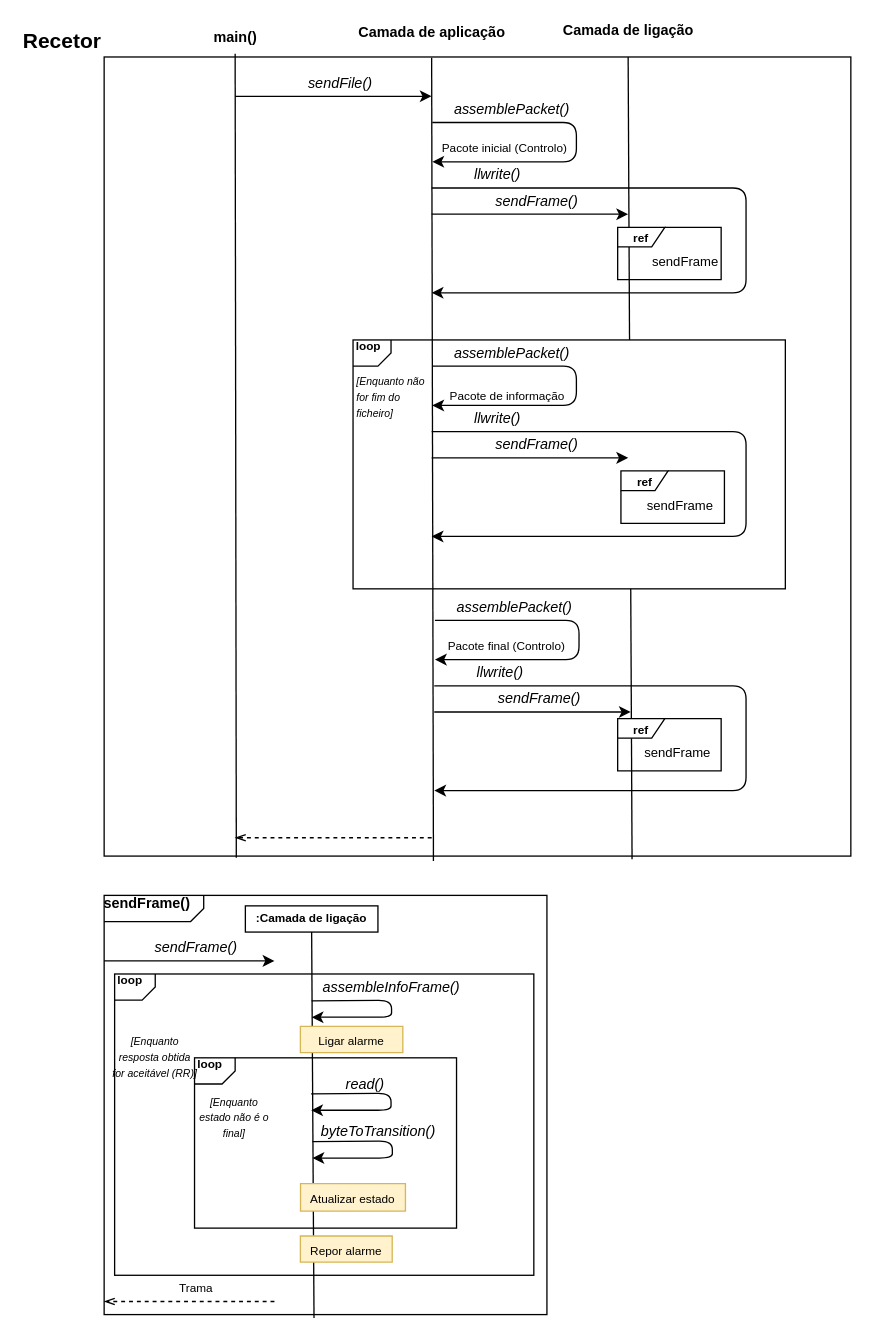
The draw.io diagram Proj/report/images/transmitter.drawio in JoaoCostaIFG/RCOM, before the edit. Source tidied: cells renumbered, new cells numbered last; positions are measured from the earlier drawing's top-left corner, leaving out a move shared by most shapes. Both pictures are drawn from the tidied source at 131%, with x=0, y=0 at pixel (103, 54).
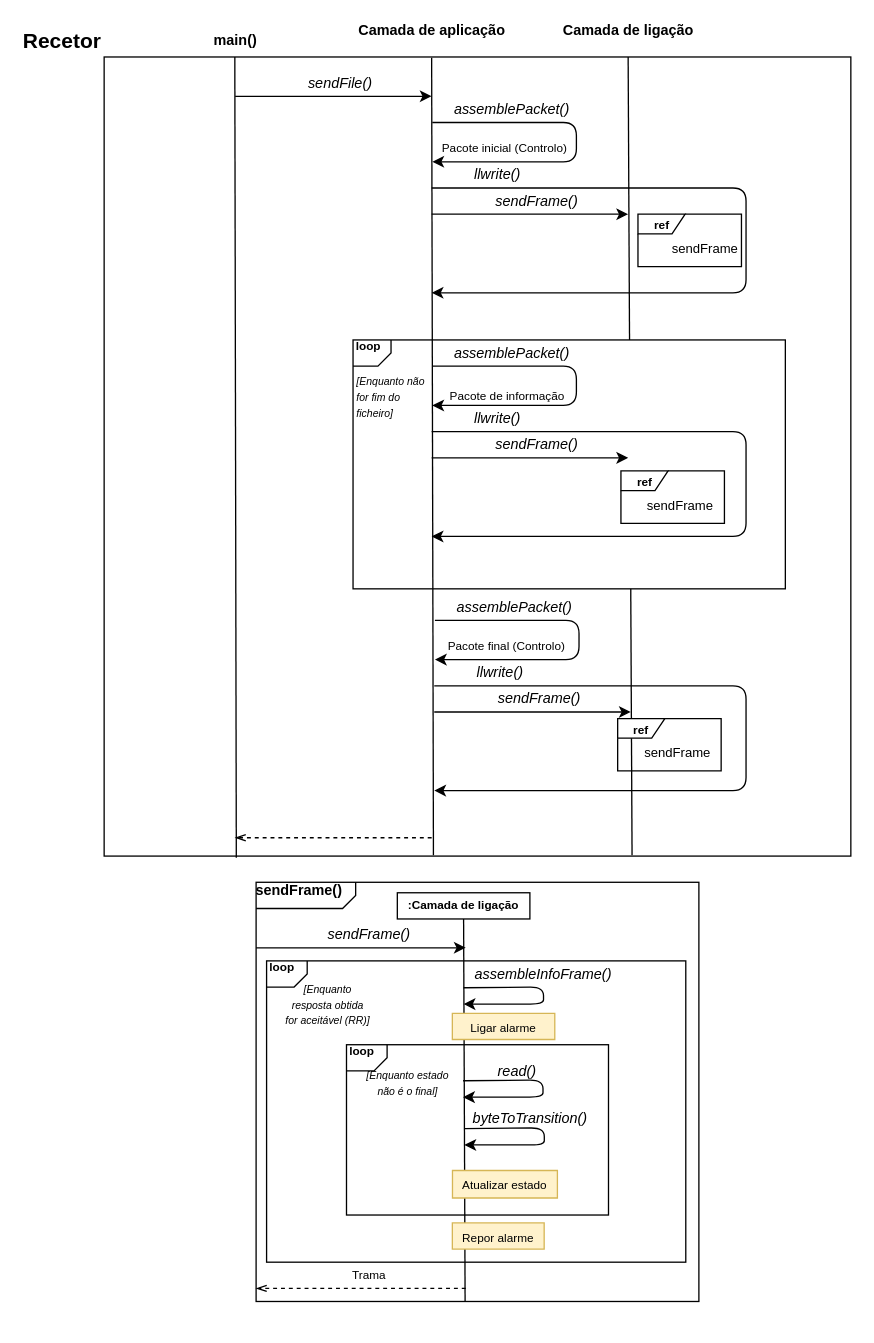
After the change.

Commit message (it also covers changes not shown here):
drawio diagrams and text

Unchanged cells that the change refers to:
```xml
<mxCell id="4" value="Recetor" style="rounded=0;whiteSpace=wrap;html=1;labelPosition=left;verticalLabelPosition=top;align=right;verticalAlign=bottom;fontStyle=1;fontSize=16;" parent="1" vertex="1">
  <mxGeometry y="2" width="570" height="610" as="geometry" />
</mxCell>
```

The edit, as a diff of the source:
```diff
@@
     <mxCell id="2" value="&lt;b&gt;sendFrame()&lt;/b&gt;" style="html=1;shape=mxgraph.sysml.package;overflow=fill;labelX=76.28;align=left;spacingLeft=5;verticalAlign=top;spacingTop=-3;fontSize=11;" parent="1" vertex="1">
-      <mxGeometry y="642" width="338" height="320" as="geometry" />
+      <mxGeometry x="116" y="632" width="338" height="320" as="geometry" />
     </mxCell>
     <mxCell id="3" value="&amp;nbsp;&lt;b&gt;loop&lt;/b&gt;" style="html=1;shape=mxgraph.sysml.package;overflow=fill;labelX=31.38;align=left;spacingLeft=5;verticalAlign=top;spacingTop=-3;fontSize=9;" parent="1" vertex="1">
-      <mxGeometry x="8" y="702" width="320" height="230" as="geometry" />
+      <mxGeometry x="124" y="692" width="320" height="230" as="geometry" />
     </mxCell>
@@
-    <mxCell id="5" value="Camada de ligação" style="endArrow=none;html=1;exitX=0.707;exitY=1.004;exitDx=0;exitDy=0;exitPerimeter=0;entryX=0.631;entryY=0;entryDx=0;entryDy=0;entryPerimeter=0;labelPosition=center;verticalLabelPosition=top;align=center;verticalAlign=bottom;fontStyle=1;" parent="1" edge="1" source="4">
+    <mxCell id="5" value="Camada de ligação" style="endArrow=none;html=1;exitX=0.707;exitY=0.999;exitDx=0;exitDy=0;exitPerimeter=0;entryX=0.631;entryY=0;entryDx=0;entryDy=0;entryPerimeter=0;labelPosition=center;verticalLabelPosition=top;align=center;verticalAlign=bottom;fontStyle=1;" parent="1" edge="1" source="4">
       <mxGeometry x="1" y="-11" relative="1" as="geometry">
         <mxPoint x="400" y="2" as="targetPoint" />
         <mxPoint x="-11" y="-11" as="offset" />
       </mxGeometry>
     </mxCell>
-    <mxCell id="6" value="&lt;div&gt;main()&lt;/div&gt;&lt;div&gt;&lt;br&gt;&lt;/div&gt;" style="endArrow=none;html=1;exitX=0.177;exitY=1.002;exitDx=0;exitDy=0;exitPerimeter=0;entryX=0.631;entryY=0;entryDx=0;entryDy=0;entryPerimeter=0;labelPosition=center;verticalLabelPosition=top;align=center;verticalAlign=bottom;fontStyle=1;labelBackgroundColor=none;" parent="1" edge="1" source="4">
-      <mxGeometry x="0.97" relative="1" as="geometry">
-        <mxPoint x="100" y="-0.4" as="targetPoint" />
-      </mxGeometry>
+    <mxCell id="6" value="&lt;div&gt;main()&lt;/div&gt;&lt;div&gt;&lt;br&gt;&lt;/div&gt;" style="endArrow=none;html=1;exitX=0.177;exitY=1.002;exitDx=0;exitDy=0;exitPerimeter=0;entryX=0.175;entryY=0;entryDx=0;entryDy=0;entryPerimeter=0;labelPosition=center;verticalLabelPosition=top;align=center;verticalAlign=bottom;fontStyle=1;labelBackgroundColor=none;" parent="1" edge="1" source="4" target="4">
+      <mxGeometry x="0.97" relative="1" as="geometry" />
     </mxCell>
@@
-    <mxCell id="11" value="Camada de aplicação" style="endArrow=none;html=1;exitX=0.441;exitY=1.006;exitDx=0;exitDy=0;exitPerimeter=0;entryX=0.631;entryY=0;entryDx=0;entryDy=0;entryPerimeter=0;labelPosition=center;verticalLabelPosition=top;align=center;verticalAlign=bottom;fontStyle=1;" parent="1" edge="1" source="4">
+    <mxCell id="11" value="Camada de aplicação" style="endArrow=none;html=1;exitX=0.441;exitY=0.999;exitDx=0;exitDy=0;exitPerimeter=0;entryX=0.631;entryY=0;entryDx=0;entryDy=0;entryPerimeter=0;labelPosition=center;verticalLabelPosition=top;align=center;verticalAlign=bottom;fontStyle=1;" parent="1" edge="1" source="4">
       <mxGeometry x="1" y="-11" relative="1" as="geometry">
         <mxPoint x="250" y="2.6" as="targetPoint" />
         <mxPoint x="-11" y="-11" as="offset" />
       </mxGeometry>
     </mxCell>
@@
     <mxCell id="13" value="Trama" style="endArrow=openThin;html=1;dashed=1;endFill=0;verticalAlign=middle;fontSize=9;" parent="1" edge="1">
       <mxGeometry x="-0.07" y="-10" relative="1" as="geometry">
-        <mxPoint x="130" y="952" as="sourcePoint" />
-        <mxPoint y="952" as="targetPoint" />
+        <mxPoint x="276" y="942" as="sourcePoint" />
+        <mxPoint x="116" y="942" as="targetPoint" />
       </mxGeometry>
     </mxCell>
     <mxCell id="14" value="&lt;b&gt;:Camada de ligação&lt;br&gt;&lt;/b&gt;" style="rounded=0;whiteSpace=wrap;html=1;fontSize=9;" parent="1" vertex="1">
-      <mxGeometry x="107.8" y="650" width="101.2" height="20" as="geometry" />
+      <mxGeometry x="223.8" y="640" width="101.2" height="20" as="geometry" />
     </mxCell>
     <mxCell id="15" value="&amp;nbsp;&lt;b&gt;loop&lt;/b&gt;" style="html=1;shape=mxgraph.sysml.package;overflow=fill;labelX=31.38;align=left;spacingLeft=5;verticalAlign=top;spacingTop=-3;fontSize=9;" parent="1" vertex="1">
-      <mxGeometry x="69" y="766" width="200" height="130" as="geometry" />
+      <mxGeometry x="185" y="756" width="200" height="130" as="geometry" />
     </mxCell>
@@
     <mxCell id="17" value="sendFrame()" style="endArrow=classic;html=1;fontStyle=2;" parent="1" edge="1">
       <mxGeometry x="0.07" y="10" relative="1" as="geometry">
-        <mxPoint y="692" as="sourcePoint" />
-        <mxPoint x="130" y="692" as="targetPoint" />
+        <mxPoint x="116" y="682" as="sourcePoint" />
+        <mxPoint x="276" y="682" as="targetPoint" />
       </mxGeometry>
     </mxCell>
-    <mxCell id="18" style="endArrow=none;html=1;labelBackgroundColor=none;fontSize=9;exitX=0.474;exitY=1.008;exitDx=0;exitDy=0;exitPerimeter=0;entryX=0.5;entryY=1;entryDx=0;entryDy=0;" parent="1" edge="1" source="2" target="14">
+    <mxCell id="18" style="endArrow=none;html=1;labelBackgroundColor=none;fontSize=9;entryX=0.5;entryY=1;entryDx=0;entryDy=0;exitX=0.472;exitY=0.999;exitDx=0;exitDy=0;exitPerimeter=0;" parent="1" edge="1" source="2" target="14">
       <mxGeometry relative="1" as="geometry" />
     </mxCell>
     <mxCell id="19" value="&lt;div align=&quot;center&quot;&gt;&lt;i&gt;&lt;font style=&quot;font-size: 8px&quot;&gt;[Enquanto estado não é o final]&lt;/font&gt;&lt;/i&gt;&lt;br&gt;&lt;/div&gt;" style="text;html=1;strokeColor=none;fillColor=none;align=left;verticalAlign=middle;whiteSpace=wrap;rounded=0;fontSize=10;fontStyle=0;" parent="1" vertex="1">
-      <mxGeometry x="69" y="798.5" width="59" height="25" as="geometry" />
+      <mxGeometry x="195.8" y="772" width="70" height="25" as="geometry" />
     </mxCell>
     <mxCell id="20" value="read()" style="endArrow=classic;html=1;fontStyle=2;labelBackgroundColor=none;" parent="1" edge="1">
       <mxGeometry x="-0.39" y="7" relative="1" as="geometry">
-        <mxPoint x="158" y="793.5" as="sourcePoint" />
-        <mxPoint x="158" y="806" as="targetPoint" />
+        <mxPoint x="274" y="783.5" as="sourcePoint" />
+        <mxPoint x="274" y="796" as="targetPoint" />
         <Array as="points">
-          <mxPoint x="219" y="793" />
-          <mxPoint x="219" y="806" />
+          <mxPoint x="335" y="783" />
+          <mxPoint x="335" y="796" />
         </Array>
       </mxGeometry>
     </mxCell>
     <mxCell id="21" value="byteToTransition()" style="endArrow=classic;html=1;fontStyle=2;labelBackgroundColor=none;" parent="1" edge="1">
       <mxGeometry x="-0.26" y="8" relative="1" as="geometry">
-        <mxPoint x="159" y="830" as="sourcePoint" />
-        <mxPoint x="159" y="842.5" as="targetPoint" />
+        <mxPoint x="275" y="820" as="sourcePoint" />
+        <mxPoint x="275" y="832.5" as="targetPoint" />
         <Array as="points">
-          <mxPoint x="220" y="829.5" />
-          <mxPoint x="220" y="842.5" />
+          <mxPoint x="336" y="819.5" />
+          <mxPoint x="336" y="832.5" />
         </Array>
       </mxGeometry>
     </mxCell>
     <mxCell id="22" value="Atualizar estado" style="shape=note2;boundedLbl=1;whiteSpace=wrap;html=1;size=0;verticalAlign=top;align=center;fontSize=9;fillColor=#fff2cc;strokeColor=#d6b656;" parent="1" vertex="1">
-      <mxGeometry x="149.9" y="862" width="80.1" height="21" as="geometry" />
+      <mxGeometry x="265.9" y="852" width="80.1" height="21" as="geometry" />
     </mxCell>
@@
     <mxCell id="37" value="sendFrame" style="text;html=1;strokeColor=none;fillColor=none;align=center;verticalAlign=middle;whiteSpace=wrap;rounded=0;fontSize=10;" parent="1" vertex="1">
-      <mxGeometry x="413.5" y="143" width="60" height="29" as="geometry" />
+      <mxGeometry x="429" y="133" width="60" height="29" as="geometry" />
     </mxCell>
     <mxCell id="38" value="&lt;b&gt;&lt;font style=&quot;font-size: 9px&quot;&gt;ref&lt;/font&gt;&lt;/b&gt;" style="shape=umlFrame;whiteSpace=wrap;html=1;fontSize=11;width=36;height=15;" parent="1" vertex="1">
-      <mxGeometry x="392" y="132" width="79" height="40" as="geometry" />
+      <mxGeometry x="407.5" y="122" width="79" height="40" as="geometry" />
     </mxCell>
     <mxCell id="39" value="&lt;div align=&quot;center&quot;&gt;&lt;i&gt;&lt;font style=&quot;font-size: 8px&quot;&gt;[Enquanto resposta obtida for aceitável (RR)]&lt;/font&gt;&lt;/i&gt;&lt;br&gt;&lt;/div&gt;" style="text;html=1;strokeColor=none;fillColor=none;align=left;verticalAlign=middle;whiteSpace=wrap;rounded=0;fontSize=10;fontStyle=0;" parent="1" vertex="1">
-      <mxGeometry x="4" y="752" width="68" height="25" as="geometry" />
+      <mxGeometry x="136" y="707" width="68" height="35" as="geometry" />
     </mxCell>
     <mxCell id="40" value="Repor alarme" style="shape=note2;boundedLbl=1;whiteSpace=wrap;html=1;size=0;verticalAlign=top;align=center;fontSize=9;fillColor=#fff2cc;strokeColor=#d6b656;" parent="1" vertex="1">
-      <mxGeometry x="149.8" y="902" width="70.1" height="20" as="geometry" />
+      <mxGeometry x="265.8" y="892" width="70.1" height="20" as="geometry" />
     </mxCell>
     <mxCell id="41" value="Ligar alarme" style="shape=note2;boundedLbl=1;whiteSpace=wrap;html=1;size=0;verticalAlign=top;align=center;fontSize=9;fillColor=#fff2cc;strokeColor=#d6b656;" parent="1" vertex="1">
-      <mxGeometry x="149.8" y="742" width="78.2" height="20" as="geometry" />
+      <mxGeometry x="265.8" y="732" width="78.2" height="20" as="geometry" />
     </mxCell>
     <mxCell id="42" value="assembleInfoFrame()" style="endArrow=classic;html=1;fontStyle=2;labelBackgroundColor=none;" parent="1" edge="1">
       <mxGeometry x="-0.1" y="10" relative="1" as="geometry">
-        <mxPoint x="158.4" y="722.5" as="sourcePoint" />
-        <mxPoint x="158.4" y="735" as="targetPoint" />
+        <mxPoint x="274.4" y="712.5" as="sourcePoint" />
+        <mxPoint x="274.4" y="725" as="targetPoint" />
         <Array as="points">
-          <mxPoint x="219.4" y="722" />
-          <mxPoint x="219.4" y="735" />
+          <mxPoint x="335.4" y="712" />
+          <mxPoint x="335.4" y="725" />
         </Array>
         <mxPoint x="-10" y="-10" as="offset" />
       </mxGeometry>
     </mxCell>
```
